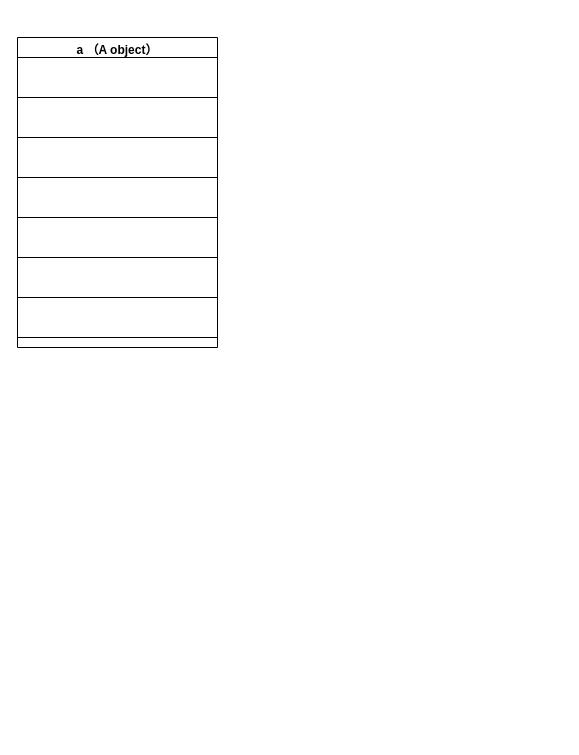
This is _learning/cpp-learning/drawio/C++虚指针虚表.drawio from zengqingf/GeekTimeLearning, a draw.io file, before an edit. Source tidied: cells renumbered, new cells numbered last; positions are measured from the earlier drawing's top-left corner, leaving out a move shared by most shapes. Both pictures are drawn from the tidied source at 100%, with x=0, y=0 at pixel (17, 37).
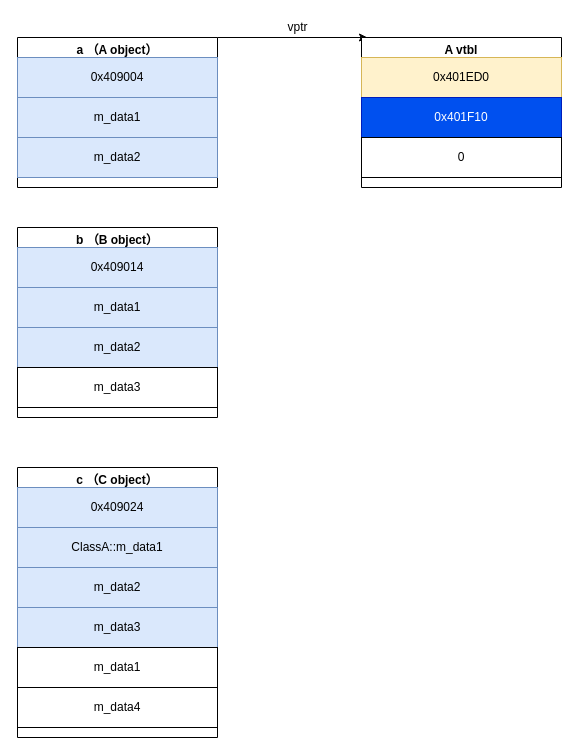
The same page after the edit.

The edit, as a diff of the source:
```diff
@@
     <mxCell id="2" value="a （A object）" style="swimlane;" parent="1" vertex="1">
-      <mxGeometry width="200" height="310" as="geometry" />
+      <mxGeometry width="200" height="150" as="geometry" />
     </mxCell>
-    <mxCell id="3" style="whiteSpace=wrap;html=1;" parent="2" vertex="1">
-      <mxGeometry y="20" width="200" height="40" as="geometry" />
-    </mxCell>
-    <mxCell id="4" style="whiteSpace=wrap;html=1;" parent="2" vertex="1">
-      <mxGeometry y="60" width="200" height="40" as="geometry" />
-    </mxCell>
-    <mxCell id="5" style="whiteSpace=wrap;html=1;" parent="2" vertex="1">
-      <mxGeometry y="100" width="200" height="40" as="geometry" />
-    </mxCell>
-    <mxCell id="6" style="whiteSpace=wrap;html=1;" parent="2" vertex="1">
-      <mxGeometry y="140" width="200" height="40" as="geometry" />
-    </mxCell>
-    <mxCell id="7" style="whiteSpace=wrap;html=1;" parent="2" vertex="1">
-      <mxGeometry y="180" width="200" height="40" as="geometry" />
-    </mxCell>
-    <mxCell id="8" style="whiteSpace=wrap;html=1;" parent="2" vertex="1">
-      <mxGeometry y="220" width="200" height="40" as="geometry" />
-    </mxCell>
-    <mxCell id="9" style="whiteSpace=wrap;html=1;" parent="2" vertex="1">
-      <mxGeometry y="260" width="200" height="40" as="geometry" />
-    </mxCell>
+    <mxCell id="10" value="0x409004" style="whiteSpace=wrap;html=1;fillColor=#dae8fc;strokeColor=#6c8ebf;" parent="2" vertex="1">
+      <mxGeometry y="20" width="200" height="40" as="geometry" />
+    </mxCell>
+    <mxCell id="11" value="m_data1" style="whiteSpace=wrap;html=1;fillColor=#dae8fc;strokeColor=#6c8ebf;" parent="2" vertex="1">
+      <mxGeometry y="60" width="200" height="40" as="geometry" />
+    </mxCell>
+    <mxCell id="12" value="m_data2" style="whiteSpace=wrap;html=1;fillColor=#dae8fc;strokeColor=#6c8ebf;" parent="2" vertex="1">
+      <mxGeometry y="100" width="200" height="40" as="geometry" />
+    </mxCell>
+    <mxCell id="13" value="b （B object）" style="swimlane;" parent="1" vertex="1">
+      <mxGeometry y="190" width="200" height="190" as="geometry" />
+    </mxCell>
+    <mxCell id="14" value="0x409014" style="whiteSpace=wrap;html=1;fillColor=#dae8fc;strokeColor=#6c8ebf;" parent="13" vertex="1">
+      <mxGeometry y="20" width="200" height="40" as="geometry" />
+    </mxCell>
+    <mxCell id="15" value="m_data1" style="whiteSpace=wrap;html=1;fillColor=#dae8fc;strokeColor=#6c8ebf;" parent="13" vertex="1">
+      <mxGeometry y="60" width="200" height="40" as="geometry" />
+    </mxCell>
+    <mxCell id="16" value="m_data2" style="whiteSpace=wrap;html=1;fillColor=#dae8fc;strokeColor=#6c8ebf;" parent="13" vertex="1">
+      <mxGeometry y="100" width="200" height="40" as="geometry" />
+    </mxCell>
+    <mxCell id="17" value="m_data3" style="whiteSpace=wrap;html=1;" parent="13" vertex="1">
+      <mxGeometry y="140" width="200" height="40" as="geometry" />
+    </mxCell>
+    <mxCell id="18" value="c （C object）" style="swimlane;" parent="1" vertex="1">
+      <mxGeometry y="430" width="200" height="270" as="geometry" />
+    </mxCell>
+    <mxCell id="19" value="0x409024" style="whiteSpace=wrap;html=1;fillColor=#dae8fc;strokeColor=#6c8ebf;" parent="18" vertex="1">
+      <mxGeometry y="20" width="200" height="40" as="geometry" />
+    </mxCell>
+    <mxCell id="20" value="ClassA::m_data1" style="whiteSpace=wrap;html=1;fillColor=#dae8fc;strokeColor=#6c8ebf;" parent="18" vertex="1">
+      <mxGeometry y="60" width="200" height="40" as="geometry" />
+    </mxCell>
+    <mxCell id="21" value="m_data2" style="whiteSpace=wrap;html=1;fillColor=#dae8fc;strokeColor=#6c8ebf;" parent="18" vertex="1">
+      <mxGeometry y="100" width="200" height="40" as="geometry" />
+    </mxCell>
+    <mxCell id="22" value="m_data3" style="whiteSpace=wrap;html=1;fillColor=#dae8fc;strokeColor=#6c8ebf;" parent="18" vertex="1">
+      <mxGeometry y="140" width="200" height="40" as="geometry" />
+    </mxCell>
+    <mxCell id="23" value="m_data1" style="whiteSpace=wrap;html=1;" parent="18" vertex="1">
+      <mxGeometry y="180" width="200" height="40" as="geometry" />
+    </mxCell>
+    <mxCell id="24" value="m_data4" style="whiteSpace=wrap;html=1;" parent="18" vertex="1">
+      <mxGeometry y="220" width="200" height="40" as="geometry" />
+    </mxCell>
+    <mxCell id="25" style="endArrow=classic;html=1;rounded=0;exitX=1;exitY=0;exitDx=0;exitDy=0;" parent="1" edge="1" source="2">
+      <mxGeometry relative="1" as="geometry">
+        <mxPoint x="350" as="targetPoint" />
+      </mxGeometry>
+    </mxCell>
+    <mxCell id="26" value="vptr" style="text;html=1;align=center;verticalAlign=middle;strokeColor=none;fillColor=none;" parent="1" vertex="1">
+      <mxGeometry x="260" y="-20" width="40" height="20" as="geometry" />
+    </mxCell>
+    <mxCell id="27" value="A vtbl" style="swimlane;" parent="1" vertex="1">
+      <mxGeometry x="344" width="200" height="150" as="geometry" />
+    </mxCell>
+    <mxCell id="28" value="0x401ED0" style="whiteSpace=wrap;html=1;fillColor=#fff2cc;strokeColor=#d6b656;" parent="27" vertex="1">
+      <mxGeometry y="20" width="200" height="40" as="geometry" />
+    </mxCell>
+    <mxCell id="29" value="0x401F10" style="whiteSpace=wrap;html=1;fillColor=#0050ef;fontColor=#ffffff;strokeColor=#001DBC;" parent="27" vertex="1">
+      <mxGeometry y="60" width="200" height="40" as="geometry" />
+    </mxCell>
+    <mxCell id="30" value="0" style="whiteSpace=wrap;html=1;" parent="27" vertex="1">
+      <mxGeometry y="100" width="200" height="40" as="geometry" />
+    </mxCell>
```
